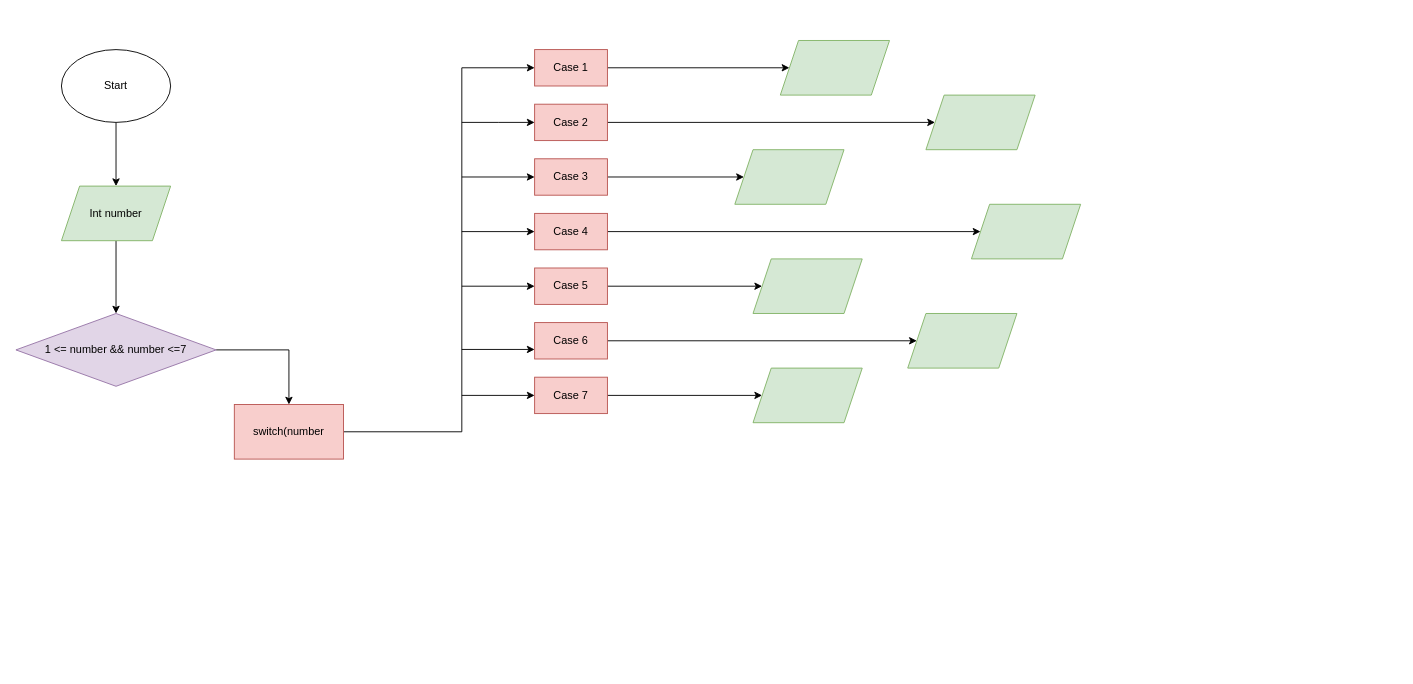
Above: Diagrama1,6.drawio in Dakotaflores/Diagramasdeflujo (draw.io), before the change. Source tidied: cells renumbered, new cells numbered last; positions are measured from the earlier drawing's top-left corner, leaving out a move shared by most shapes. Both pictures are drawn from the tidied source at 91%, with x=0, y=0 at pixel (15, 40).
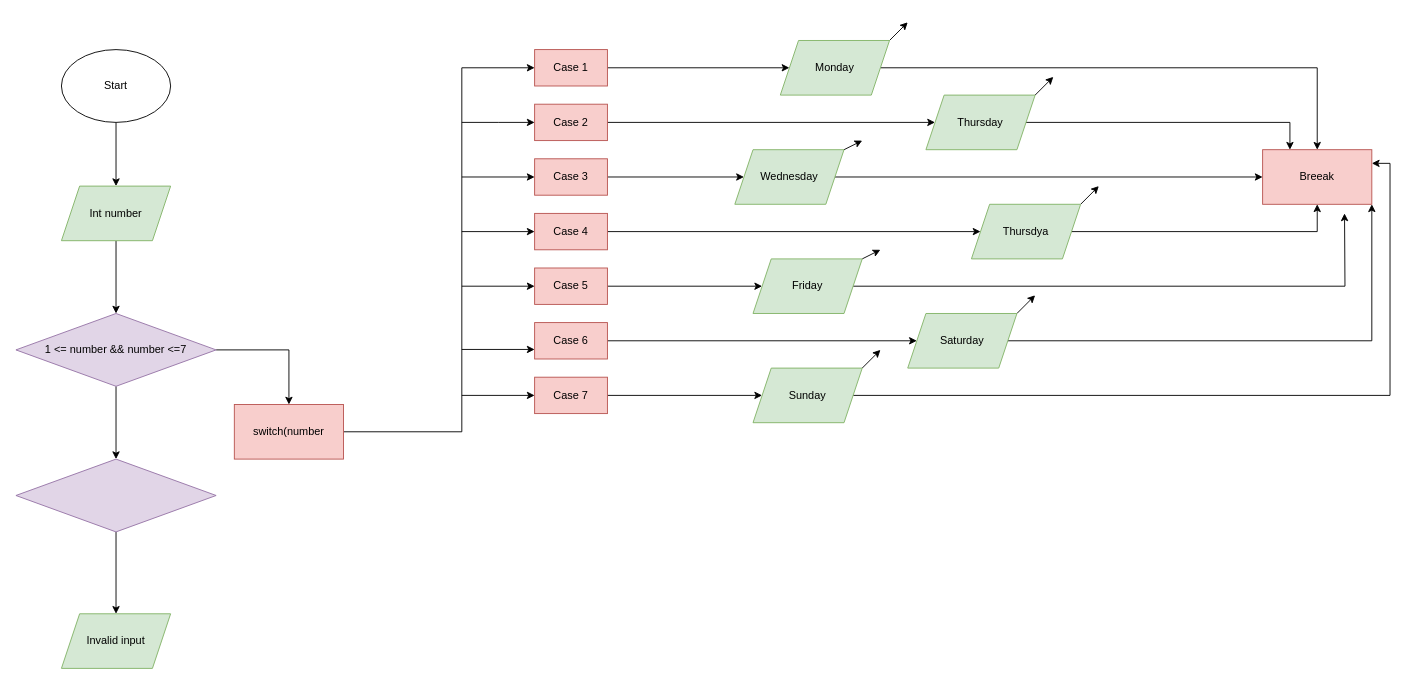
The same diagram, later.

The change refers to these unchanged cells:
```xml
<mxCell id="7" value="1 &amp;lt;= number &amp;amp;&amp;amp; number &amp;lt;=7" style="rhombus;whiteSpace=wrap;html=1;fillColor=#e1d5e7;strokeColor=#9673a6;" parent="1" vertex="1">
  <mxGeometry y="300" width="220" height="80" as="geometry" />
</mxCell>
```

Diff of the diagram source:
```diff
@@
+    <mxCell id="37" style="edgeStyle=orthogonalEdgeStyle;rounded=0;jettySize=auto;html=1;" parent="1" edge="1" source="7" target="54">
+      <mxGeometry relative="1" as="geometry" />
+    </mxCell>
@@
+    <mxCell id="38" style="rounded=0;jettySize=auto;html=1;exitX=1;exitY=0;exitDx=0;exitDy=0;" parent="1" edge="1" source="30">
+      <mxGeometry relative="1" as="geometry">
+        <mxPoint x="980" y="-20" as="targetPoint" />
+      </mxGeometry>
+    </mxCell>
+    <mxCell id="39" style="edgeStyle=orthogonalEdgeStyle;rounded=0;jettySize=auto;html=1;entryX=0.5;entryY=0;entryDx=0;entryDy=0;" parent="1" edge="1" source="30" target="52">
+      <mxGeometry relative="1" as="geometry" />
+    </mxCell>
-    <mxCell id="30" style="shape=parallelogram;perimeter=parallelogramPerimeter;whiteSpace=wrap;html=1;fixedSize=1;fillColor=#d5e8d4;strokeColor=#82b366;rounded=0;" parent="1" vertex="1">
+    <mxCell id="30" value="Monday" style="shape=parallelogram;perimeter=parallelogramPerimeter;whiteSpace=wrap;html=1;fixedSize=1;fillColor=#d5e8d4;strokeColor=#82b366;rounded=0;" parent="1" vertex="1">
       <mxGeometry x="840" width="120" height="60" as="geometry" />
     </mxCell>
+    <mxCell id="40" style="rounded=0;jettySize=auto;html=1;exitX=1;exitY=0;exitDx=0;exitDy=0;" parent="1" edge="1" source="31">
+      <mxGeometry relative="1" as="geometry">
+        <mxPoint x="1140" y="40" as="targetPoint" />
+      </mxGeometry>
+    </mxCell>
+    <mxCell id="41" style="edgeStyle=orthogonalEdgeStyle;rounded=0;jettySize=auto;html=1;entryX=0.25;entryY=0;entryDx=0;entryDy=0;" parent="1" edge="1" source="31" target="52">
+      <mxGeometry relative="1" as="geometry" />
+    </mxCell>
-    <mxCell id="31" style="shape=parallelogram;perimeter=parallelogramPerimeter;whiteSpace=wrap;html=1;fixedSize=1;fillColor=#d5e8d4;strokeColor=#82b366;rounded=0;" parent="1" vertex="1">
+    <mxCell id="31" value="Thursday" style="shape=parallelogram;perimeter=parallelogramPerimeter;whiteSpace=wrap;html=1;fixedSize=1;fillColor=#d5e8d4;strokeColor=#82b366;rounded=0;" parent="1" vertex="1">
       <mxGeometry x="1000" y="60" width="120" height="60" as="geometry" />
     </mxCell>
+    <mxCell id="42" style="rounded=0;jettySize=auto;html=1;exitX=1;exitY=0;exitDx=0;exitDy=0;" parent="1" edge="1" source="32">
+      <mxGeometry relative="1" as="geometry">
+        <mxPoint x="930" y="110" as="targetPoint" />
+        <Array as="points">
+          <mxPoint x="930" y="110" />
+        </Array>
+      </mxGeometry>
+    </mxCell>
+    <mxCell id="43" style="edgeStyle=orthogonalEdgeStyle;rounded=0;jettySize=auto;html=1;entryX=0;entryY=0.5;entryDx=0;entryDy=0;" parent="1" edge="1" source="32" target="52">
+      <mxGeometry relative="1" as="geometry" />
+    </mxCell>
-    <mxCell id="32" style="shape=parallelogram;perimeter=parallelogramPerimeter;whiteSpace=wrap;html=1;fixedSize=1;fillColor=#d5e8d4;strokeColor=#82b366;rounded=0;" parent="1" vertex="1">
+    <mxCell id="32" value="Wednesday" style="shape=parallelogram;perimeter=parallelogramPerimeter;whiteSpace=wrap;html=1;fixedSize=1;fillColor=#d5e8d4;strokeColor=#82b366;rounded=0;" parent="1" vertex="1">
       <mxGeometry x="790" y="120" width="120" height="60" as="geometry" />
     </mxCell>
+    <mxCell id="44" style="rounded=0;jettySize=auto;html=1;exitX=1;exitY=0;exitDx=0;exitDy=0;" parent="1" edge="1" source="33">
+      <mxGeometry relative="1" as="geometry">
+        <mxPoint x="1190" y="160" as="targetPoint" />
+      </mxGeometry>
+    </mxCell>
+    <mxCell id="45" style="edgeStyle=orthogonalEdgeStyle;rounded=0;jettySize=auto;html=1;entryX=0.5;entryY=1;entryDx=0;entryDy=0;" parent="1" edge="1" source="33" target="52">
+      <mxGeometry relative="1" as="geometry" />
+    </mxCell>
-    <mxCell id="33" style="shape=parallelogram;perimeter=parallelogramPerimeter;whiteSpace=wrap;html=1;fixedSize=1;fillColor=#d5e8d4;strokeColor=#82b366;rounded=0;" parent="1" vertex="1">
+    <mxCell id="33" value="Thursdya" style="shape=parallelogram;perimeter=parallelogramPerimeter;whiteSpace=wrap;html=1;fixedSize=1;fillColor=#d5e8d4;strokeColor=#82b366;rounded=0;" parent="1" vertex="1">
       <mxGeometry x="1050" y="180" width="120" height="60" as="geometry" />
     </mxCell>
+    <mxCell id="46" style="rounded=0;jettySize=auto;html=1;exitX=1;exitY=0;exitDx=0;exitDy=0;" parent="1" edge="1" source="34">
+      <mxGeometry relative="1" as="geometry">
+        <mxPoint x="950" y="230" as="targetPoint" />
+      </mxGeometry>
+    </mxCell>
+    <mxCell id="47" style="edgeStyle=orthogonalEdgeStyle;rounded=0;jettySize=auto;html=1;" parent="1" edge="1" source="34">
+      <mxGeometry relative="1" as="geometry">
+        <mxPoint x="1460" y="190" as="targetPoint" />
+      </mxGeometry>
+    </mxCell>
-    <mxCell id="34" style="shape=parallelogram;perimeter=parallelogramPerimeter;whiteSpace=wrap;html=1;fixedSize=1;fillColor=#d5e8d4;strokeColor=#82b366;rounded=0;" parent="1" vertex="1">
+    <mxCell id="34" value="Friday" style="shape=parallelogram;perimeter=parallelogramPerimeter;whiteSpace=wrap;html=1;fixedSize=1;fillColor=#d5e8d4;strokeColor=#82b366;rounded=0;" parent="1" vertex="1">
       <mxGeometry x="810" y="240" width="120" height="60" as="geometry" />
     </mxCell>
+    <mxCell id="48" style="rounded=0;jettySize=auto;html=1;exitX=1;exitY=0;exitDx=0;exitDy=0;" parent="1" edge="1" source="35">
+      <mxGeometry relative="1" as="geometry">
+        <mxPoint x="1120" y="280" as="targetPoint" />
+      </mxGeometry>
+    </mxCell>
+    <mxCell id="49" style="edgeStyle=orthogonalEdgeStyle;rounded=0;jettySize=auto;html=1;entryX=1;entryY=1;entryDx=0;entryDy=0;" parent="1" edge="1" source="35" target="52">
+      <mxGeometry relative="1" as="geometry" />
+    </mxCell>
-    <mxCell id="35" style="shape=parallelogram;perimeter=parallelogramPerimeter;whiteSpace=wrap;html=1;fixedSize=1;fillColor=#d5e8d4;strokeColor=#82b366;rounded=0;" parent="1" vertex="1">
+    <mxCell id="35" value="Saturday" style="shape=parallelogram;perimeter=parallelogramPerimeter;whiteSpace=wrap;html=1;fixedSize=1;fillColor=#d5e8d4;strokeColor=#82b366;rounded=0;" parent="1" vertex="1">
       <mxGeometry x="980" y="300" width="120" height="60" as="geometry" />
     </mxCell>
+    <mxCell id="50" style="rounded=0;jettySize=auto;html=1;exitX=1;exitY=0;exitDx=0;exitDy=0;" parent="1" edge="1" source="36">
+      <mxGeometry relative="1" as="geometry">
+        <mxPoint x="950" y="340" as="targetPoint" />
+      </mxGeometry>
+    </mxCell>
+    <mxCell id="51" style="edgeStyle=orthogonalEdgeStyle;rounded=0;jettySize=auto;html=1;entryX=1;entryY=0.25;entryDx=0;entryDy=0;" parent="1" edge="1" source="36" target="52">
+      <mxGeometry relative="1" as="geometry" />
+    </mxCell>
-    <mxCell id="36" style="shape=parallelogram;perimeter=parallelogramPerimeter;whiteSpace=wrap;html=1;fixedSize=1;fillColor=#d5e8d4;strokeColor=#82b366;rounded=0;" parent="1" vertex="1">
+    <mxCell id="36" value="Sunday" style="shape=parallelogram;perimeter=parallelogramPerimeter;whiteSpace=wrap;html=1;fixedSize=1;fillColor=#d5e8d4;strokeColor=#82b366;rounded=0;" parent="1" vertex="1">
       <mxGeometry x="810" y="360" width="120" height="60" as="geometry" />
     </mxCell>
+    <mxCell id="52" value="Breeak" style="rounded=0;whiteSpace=wrap;html=1;fillColor=#f8cecc;strokeColor=#b85450;" parent="1" vertex="1">
+      <mxGeometry x="1370" y="120" width="120" height="60" as="geometry" />
+    </mxCell>
+    <mxCell id="53" style="edgeStyle=orthogonalEdgeStyle;rounded=0;jettySize=auto;html=1;" parent="1" edge="1" source="54" target="55">
+      <mxGeometry relative="1" as="geometry" />
+    </mxCell>
+    <mxCell id="54" style="rhombus;whiteSpace=wrap;html=1;fillColor=#e1d5e7;strokeColor=#9673a6;" parent="1" vertex="1">
+      <mxGeometry y="460" width="220" height="80" as="geometry" />
+    </mxCell>
+    <mxCell id="55" value="Invalid input" style="shape=parallelogram;perimeter=parallelogramPerimeter;whiteSpace=wrap;html=1;fixedSize=1;fillColor=#d5e8d4;strokeColor=#82b366;" parent="1" vertex="1">
+      <mxGeometry x="50" y="630" width="120" height="60" as="geometry" />
+    </mxCell>
```
